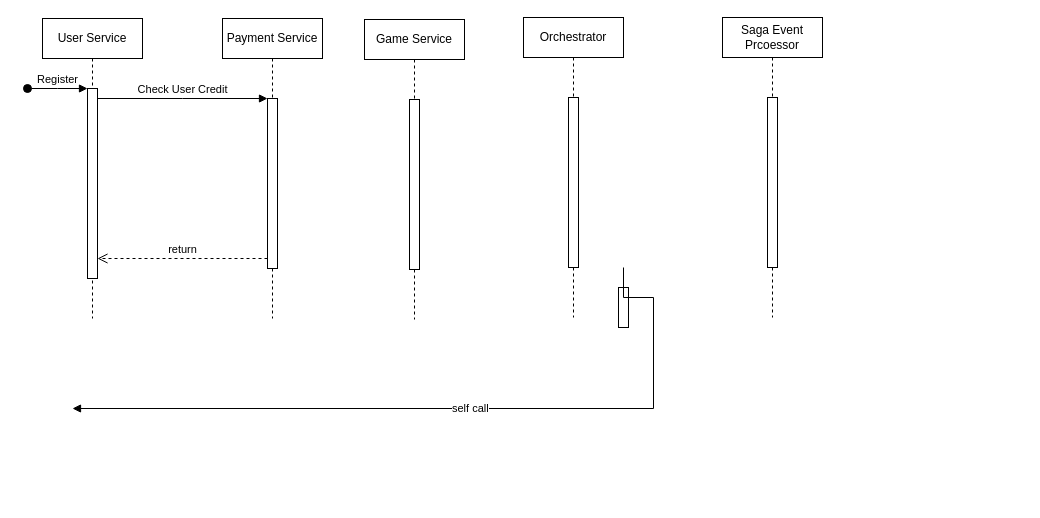
This is Untitled Diagram.drawio from sajanep/FantasyGaming, a draw.io file, before an edit. Source tidied: cells renumbered, new cells numbered last; positions are measured from the earlier drawing's top-left corner, leaving out a move shared by most shapes. Both pictures are drawn from the tidied source at 100%, with x=0, y=0 at pixel (27, 17).
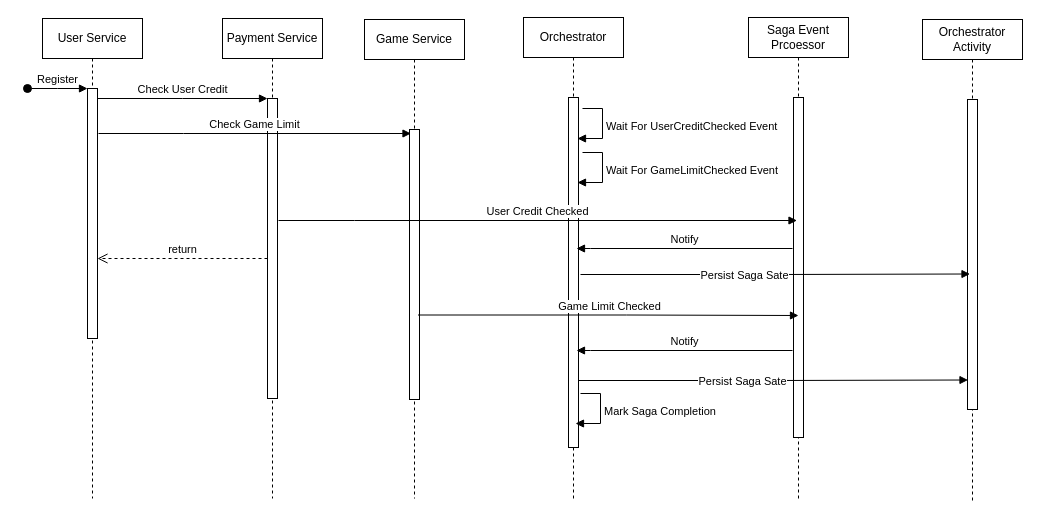
After the change.

Change to the diagram source:
```diff
@@
     <mxCell id="2" value="User Service" style="shape=umlLifeline;perimeter=lifelinePerimeter;whiteSpace=wrap;html=1;newEdgeStyle={&quot;edgeStyle&quot;:&quot;elbowEdgeStyle&quot;,&quot;elbow&quot;:&quot;vertical&quot;,&quot;curved&quot;:0,&quot;rounded&quot;:0};" parent="1" vertex="1">
-      <mxGeometry x="15" y="1" width="100" height="300" as="geometry" />
+      <mxGeometry x="15" y="1" width="100" height="480" as="geometry" />
     </mxCell>
     <mxCell id="3" style="html=1;points=[];perimeter=orthogonalPerimeter;outlineConnect=0;targetShapes=umlLifeline;portConstraint=eastwest;newEdgeStyle={&quot;edgeStyle&quot;:&quot;elbowEdgeStyle&quot;,&quot;elbow&quot;:&quot;vertical&quot;,&quot;curved&quot;:0,&quot;rounded&quot;:0};" parent="2" vertex="1">
-      <mxGeometry x="45" y="70" width="10" height="190" as="geometry" />
+      <mxGeometry x="45" y="70" width="10" height="250" as="geometry" />
     </mxCell>
@@
     <mxCell id="5" value="Payment Service" style="shape=umlLifeline;perimeter=lifelinePerimeter;whiteSpace=wrap;html=1;newEdgeStyle={&quot;edgeStyle&quot;:&quot;elbowEdgeStyle&quot;,&quot;elbow&quot;:&quot;vertical&quot;,&quot;curved&quot;:0,&quot;rounded&quot;:0};" parent="1" vertex="1">
-      <mxGeometry x="195" y="1" width="100" height="300" as="geometry" />
+      <mxGeometry x="195" y="1" width="100" height="480" as="geometry" />
     </mxCell>
     <mxCell id="6" style="html=1;points=[];perimeter=orthogonalPerimeter;outlineConnect=0;targetShapes=umlLifeline;portConstraint=eastwest;newEdgeStyle={&quot;edgeStyle&quot;:&quot;elbowEdgeStyle&quot;,&quot;elbow&quot;:&quot;vertical&quot;,&quot;curved&quot;:0,&quot;rounded&quot;:0};" parent="5" vertex="1">
-      <mxGeometry x="45" y="80" width="10" height="170" as="geometry" />
+      <mxGeometry x="45" y="80" width="10" height="300" as="geometry" />
     </mxCell>
@@
     <mxCell id="9" value="Game Service" style="shape=umlLifeline;perimeter=lifelinePerimeter;whiteSpace=wrap;html=1;newEdgeStyle={&quot;edgeStyle&quot;:&quot;elbowEdgeStyle&quot;,&quot;elbow&quot;:&quot;vertical&quot;,&quot;curved&quot;:0,&quot;rounded&quot;:0};" parent="1" vertex="1">
-      <mxGeometry x="337" y="2" width="100" height="300" as="geometry" />
+      <mxGeometry x="337" y="2" width="100" height="479" as="geometry" />
     </mxCell>
     <mxCell id="10" style="html=1;perimeter=orthogonalPerimeter;targetShapes=umlLifeline;newEdgeStyle={&quot;edgeStyle&quot;:&quot;elbowEdgeStyle&quot;,&quot;elbow&quot;:&quot;vertical&quot;,&quot;curved&quot;:0,&quot;rounded&quot;:0};" parent="9" vertex="1">
-      <mxGeometry x="45" y="80" width="10" height="170" as="geometry" />
+      <mxGeometry x="45" y="110" width="10" height="270" as="geometry" />
     </mxCell>
-    <mxCell id="11" style="html=1;perimeter=orthogonalPerimeter;targetShapes=umlLifeline;newEdgeStyle={&quot;edgeStyle&quot;:&quot;elbowEdgeStyle&quot;,&quot;elbow&quot;:&quot;vertical&quot;,&quot;curved&quot;:0,&quot;rounded&quot;:0};" parent="1" vertex="1">
-      <mxGeometry x="591" y="270" width="10" height="40" as="geometry" />
-    </mxCell>
-    <mxCell id="12" value="self call" style="html=1;align=left;spacingLeft=2;endArrow=block;rounded=0;edgeStyle=orthogonalEdgeStyle;curved=0;rounded=0;" parent="1" edge="1">
-      <mxGeometry relative="1" as="geometry">
-        <mxPoint x="596" y="250" as="sourcePoint" />
-        <mxPoint x="45" y="391" as="targetPoint" />
-        <Array as="points">
-          <mxPoint x="626" y="280" />
-        </Array>
-      </mxGeometry>
-    </mxCell>
     <mxCell id="13" value="Saga Event Prcoessor" style="shape=umlLifeline;perimeter=lifelinePerimeter;whiteSpace=wrap;html=1;newEdgeStyle={&quot;edgeStyle&quot;:&quot;elbowEdgeStyle&quot;,&quot;elbow&quot;:&quot;vertical&quot;,&quot;curved&quot;:0,&quot;rounded&quot;:0};" parent="1" vertex="1">
-      <mxGeometry x="695" width="100" height="300" as="geometry" />
+      <mxGeometry x="721" width="100" height="481" as="geometry" />
     </mxCell>
     <mxCell id="14" style="html=1;perimeter=orthogonalPerimeter;targetShapes=umlLifeline;newEdgeStyle={&quot;edgeStyle&quot;:&quot;elbowEdgeStyle&quot;,&quot;elbow&quot;:&quot;vertical&quot;,&quot;curved&quot;:0,&quot;rounded&quot;:0};" parent="13" vertex="1">
-      <mxGeometry x="45" y="80" width="10" height="170" as="geometry" />
+      <mxGeometry x="45" y="80" width="10" height="340" as="geometry" />
     </mxCell>
     <mxCell id="15" value="Orchestrator" style="shape=umlLifeline;perimeter=lifelinePerimeter;whiteSpace=wrap;html=1;newEdgeStyle={&quot;edgeStyle&quot;:&quot;elbowEdgeStyle&quot;,&quot;elbow&quot;:&quot;vertical&quot;,&quot;curved&quot;:0,&quot;rounded&quot;:0};" parent="1" vertex="1">
-      <mxGeometry x="496" width="100" height="300" as="geometry" />
+      <mxGeometry x="496" width="100" height="481" as="geometry" />
     </mxCell>
     <mxCell id="16" style="html=1;perimeter=orthogonalPerimeter;targetShapes=umlLifeline;newEdgeStyle={&quot;edgeStyle&quot;:&quot;elbowEdgeStyle&quot;,&quot;elbow&quot;:&quot;vertical&quot;,&quot;curved&quot;:0,&quot;rounded&quot;:0};" parent="15" vertex="1">
-      <mxGeometry x="45" y="80" width="10" height="170" as="geometry" />
+      <mxGeometry x="45" y="80" width="10" height="350" as="geometry" />
     </mxCell>
+    <mxCell id="17" value="Wait For UserCreditChecked Event" style="html=1;align=left;spacingLeft=2;endArrow=block;rounded=0;edgeStyle=orthogonalEdgeStyle;curved=0;rounded=0;" parent="1" edge="1">
+      <mxGeometry relative="1" as="geometry">
+        <mxPoint x="555" y="91" as="sourcePoint" />
+        <mxPoint x="550" y="121" as="targetPoint" />
+        <Array as="points">
+          <mxPoint x="575" y="121" />
+        </Array>
+      </mxGeometry>
+    </mxCell>
+    <mxCell id="18" value="Wait For GameLimitChecked Event" style="html=1;align=left;spacingLeft=2;endArrow=block;rounded=0;edgeStyle=orthogonalEdgeStyle;curved=0;rounded=0;" parent="1" edge="1">
+      <mxGeometry relative="1" as="geometry">
+        <mxPoint x="555" y="135" as="sourcePoint" />
+        <mxPoint x="550" y="165" as="targetPoint" />
+        <Array as="points">
+          <mxPoint x="575" y="165" />
+        </Array>
+      </mxGeometry>
+    </mxCell>
+    <mxCell id="19" value="Check Game Limit" style="html=1;verticalAlign=bottom;endArrow=block;edgeStyle=elbowEdgeStyle;elbow=horizontal;curved=0;rounded=0;" parent="1" edge="1">
+      <mxGeometry relative="1" as="geometry">
+        <mxPoint x="71" y="116" as="sourcePoint" />
+        <mxPoint x="383.5" y="116" as="targetPoint" />
+        <Array as="points">
+          <mxPoint x="156" y="116" />
+        </Array>
+      </mxGeometry>
+    </mxCell>
+    <mxCell id="20" value="User Credit Checked" style="html=1;verticalAlign=bottom;endArrow=block;edgeStyle=elbowEdgeStyle;elbow=horizontal;curved=0;rounded=0;" parent="1" edge="1">
+      <mxGeometry relative="1" as="geometry">
+        <mxPoint x="251" y="203" as="sourcePoint" />
+        <mxPoint x="769.5" y="203" as="targetPoint" />
+        <Array as="points">
+          <mxPoint x="327" y="203" />
+        </Array>
+      </mxGeometry>
+    </mxCell>
+    <mxCell id="21" value="Game Limit Checked" style="html=1;verticalAlign=bottom;endArrow=block;edgeStyle=elbowEdgeStyle;elbow=horizontal;curved=0;rounded=0;" parent="1" edge="1">
+      <mxGeometry relative="1" as="geometry">
+        <mxPoint x="390.5" y="297.5" as="sourcePoint" />
+        <mxPoint x="771" y="298" as="targetPoint" />
+        <Array as="points">
+          <mxPoint x="599" y="322" />
+        </Array>
+      </mxGeometry>
+    </mxCell>
+    <mxCell id="22" value="Orchestrator Activity" style="shape=umlLifeline;perimeter=lifelinePerimeter;whiteSpace=wrap;html=1;newEdgeStyle={&quot;edgeStyle&quot;:&quot;elbowEdgeStyle&quot;,&quot;elbow&quot;:&quot;vertical&quot;,&quot;curved&quot;:0,&quot;rounded&quot;:0};" parent="1" vertex="1">
+      <mxGeometry x="895" y="2" width="100" height="481" as="geometry" />
+    </mxCell>
+    <mxCell id="23" style="html=1;perimeter=orthogonalPerimeter;targetShapes=umlLifeline;newEdgeStyle={&quot;edgeStyle&quot;:&quot;elbowEdgeStyle&quot;,&quot;elbow&quot;:&quot;vertical&quot;,&quot;curved&quot;:0,&quot;rounded&quot;:0};" parent="22" vertex="1">
+      <mxGeometry x="45" y="80" width="10" height="310" as="geometry" />
+    </mxCell>
+    <mxCell id="24" value="Notify " style="html=1;verticalAlign=bottom;endArrow=block;edgeStyle=elbowEdgeStyle;elbow=horizontal;curved=0;rounded=0;" parent="1" edge="1">
+      <mxGeometry relative="1" as="geometry">
+        <mxPoint x="765" y="231" as="sourcePoint" />
+        <mxPoint x="549" y="231" as="targetPoint" />
+        <Array as="points">
+          <mxPoint x="563" y="231" />
+        </Array>
+      </mxGeometry>
+    </mxCell>
+    <mxCell id="25" value="Notify " style="html=1;verticalAlign=bottom;endArrow=block;edgeStyle=elbowEdgeStyle;elbow=horizontal;curved=0;rounded=0;" parent="1" edge="1">
+      <mxGeometry relative="1" as="geometry">
+        <mxPoint x="765" y="333" as="sourcePoint" />
+        <mxPoint x="549" y="333" as="targetPoint" />
+        <Array as="points">
+          <mxPoint x="563" y="333" />
+        </Array>
+      </mxGeometry>
+    </mxCell>
+    <mxCell id="26" value="Persist Saga Sate" style="html=1;verticalAlign=bottom;endArrow=block;edgeStyle=elbowEdgeStyle;elbow=horizontal;curved=0;rounded=0;" parent="1" edge="1">
+      <mxGeometry x="-0.16" y="-10" relative="1" as="geometry">
+        <mxPoint x="553" y="257" as="sourcePoint" />
+        <mxPoint x="942.5" y="256.5" as="targetPoint" />
+      </mxGeometry>
+    </mxCell>
+    <mxCell id="27" value="Persist Saga Sate" style="html=1;verticalAlign=bottom;endArrow=block;edgeStyle=elbowEdgeStyle;elbow=horizontal;curved=0;rounded=0;" parent="1" edge="1">
+      <mxGeometry x="-0.16" y="-10" relative="1" as="geometry">
+        <mxPoint x="551" y="363" as="sourcePoint" />
+        <mxPoint x="940.5" y="362.5" as="targetPoint" />
+      </mxGeometry>
+    </mxCell>
+    <mxCell id="28" value="Mark Saga Completion" style="html=1;align=left;spacingLeft=2;endArrow=block;rounded=0;edgeStyle=orthogonalEdgeStyle;curved=0;rounded=0;" parent="1" edge="1">
+      <mxGeometry relative="1" as="geometry">
+        <mxPoint x="553" y="376" as="sourcePoint" />
+        <mxPoint x="548" y="406" as="targetPoint" />
+        <Array as="points">
+          <mxPoint x="573" y="406" />
+        </Array>
+      </mxGeometry>
+    </mxCell>
```
